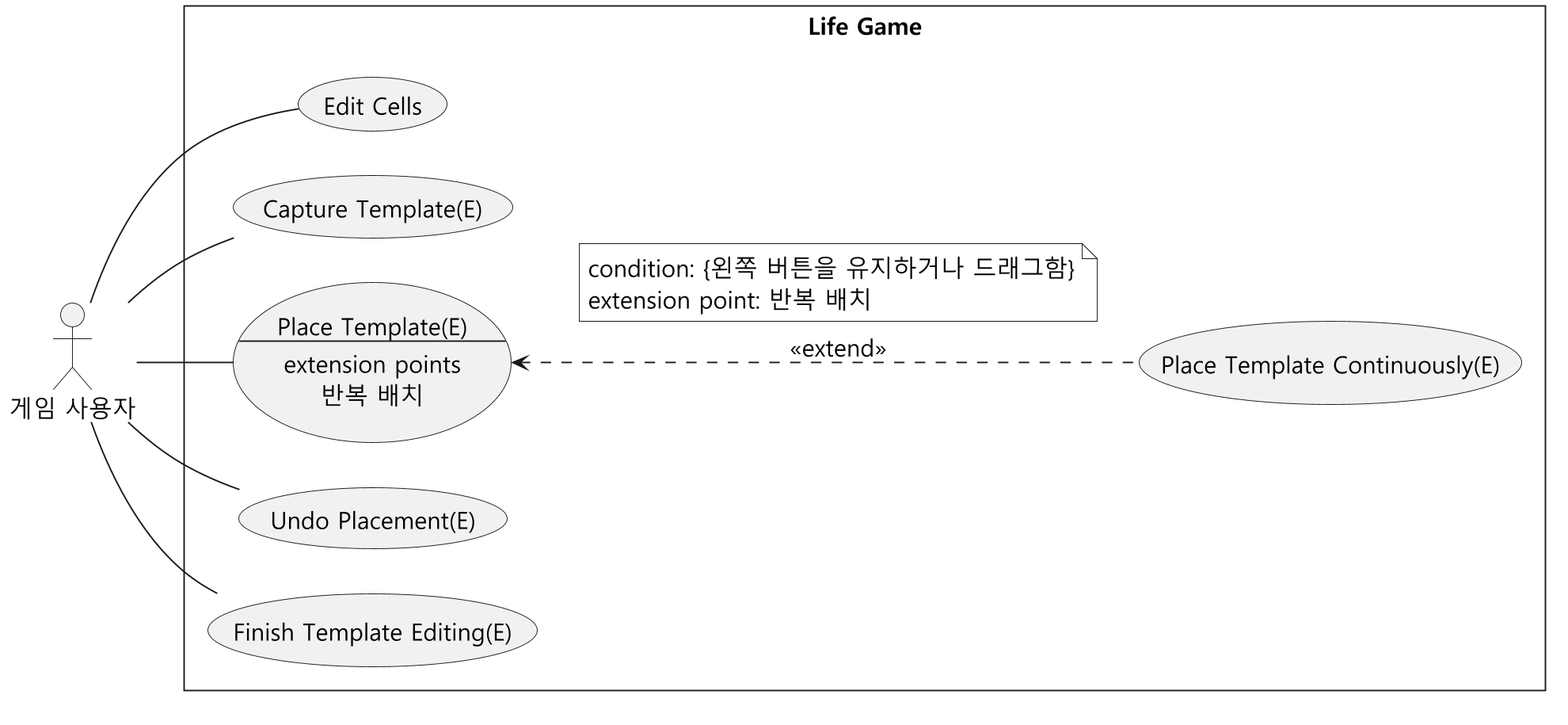
This is docs/capture/diagrams/01-use-cases.png from mckimR1972/DP_team_project, a PlantUML export, as it was before one commit.
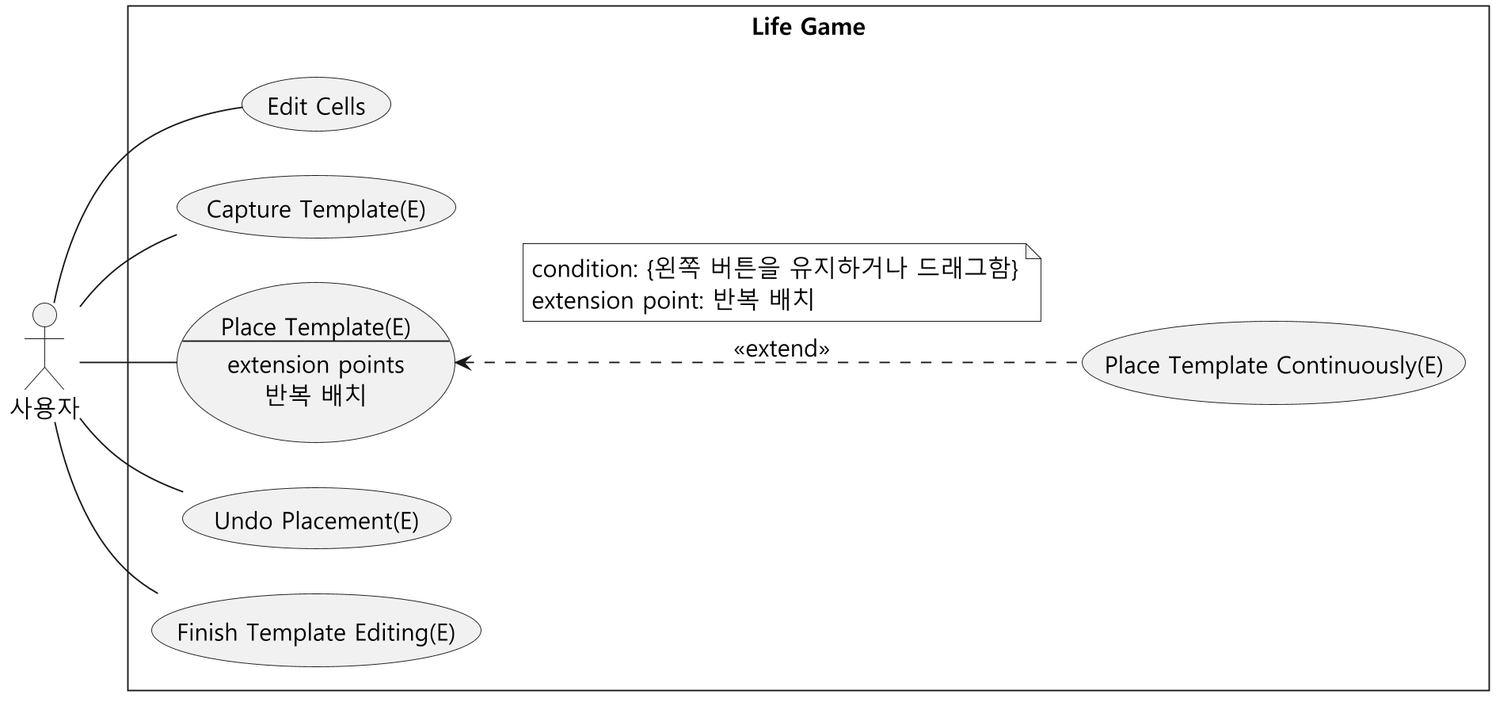
The same diagram one commit later.

The edit, as a diff of the source:
```diff
@@ -3,7 +3,7 @@
 left to right direction
 skinparam nodesep 30
 skinparam ranksep 45
-actor "게임 사용자" as User
+actor "사용자" as User
 rectangle "Life Game" {
   usecase "Edit Cells" as Edit
   usecase "Capture Template(E)" as Capture
```
